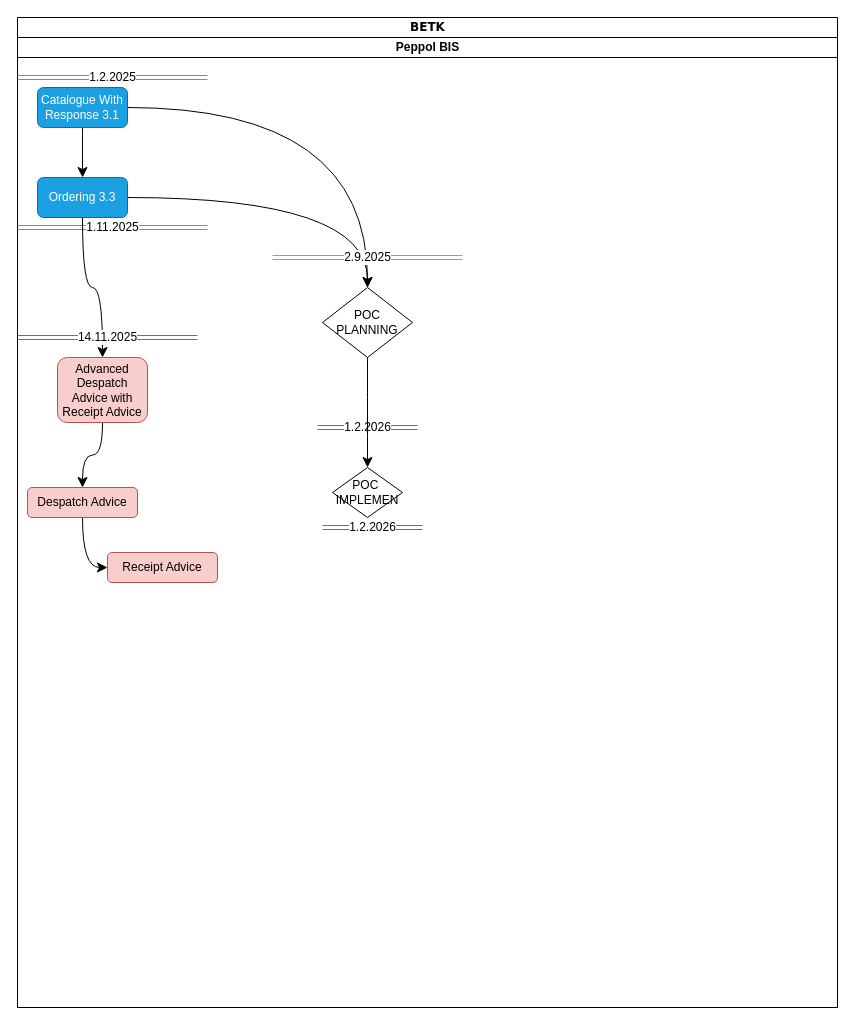
This is roadmap_1.drawio from TeemuAlaluusua/PEPPOL-RoadMap, a draw.io file, before an edit. Source tidied: cells renumbered, new cells numbered last; positions are measured from the earlier drawing's top-left corner, leaving out a move shared by most shapes. Both pictures are drawn from the tidied source at 100%, with x=0, y=0 at pixel (17, 17).
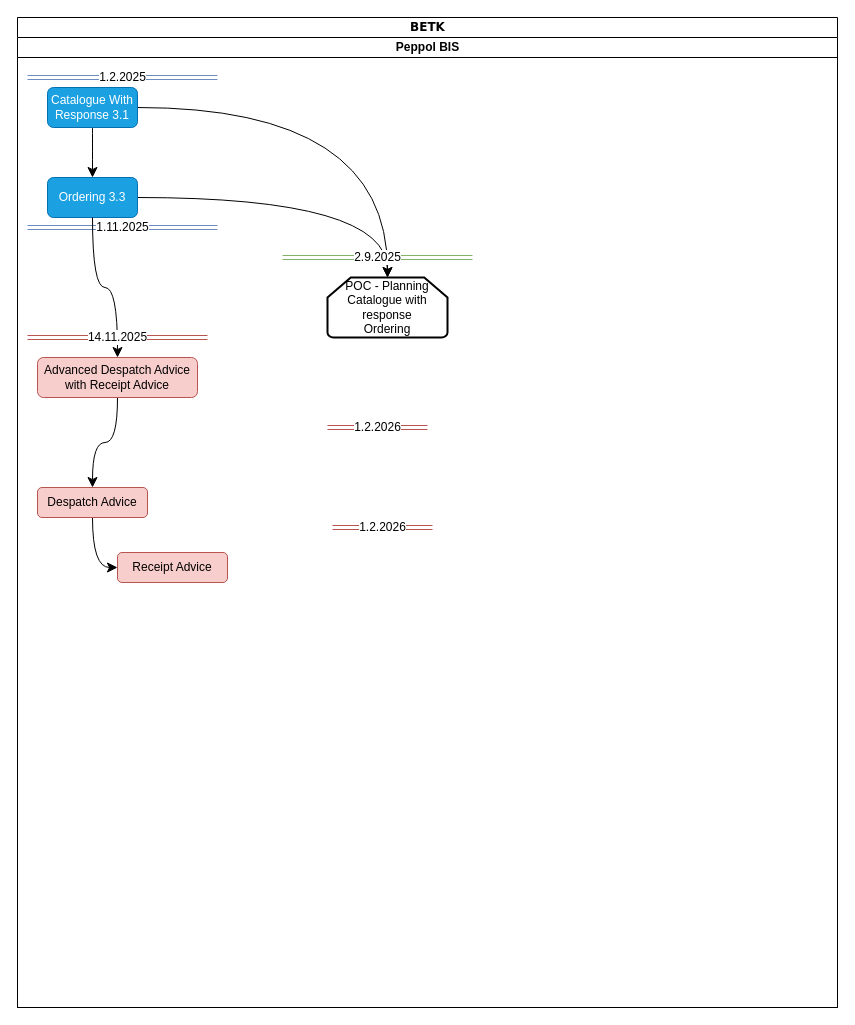
Above is the later version.

The change refers to these unchanged cells:
```xml
<mxCell id="3" value="Peppol BIS" style="swimlane;html=1;startSize=20;" parent="2" vertex="1">
  <mxGeometry y="20" width="820" height="970" as="geometry" />
</mxCell>
```

Diff of the diagram source:
```diff
@@
-    <mxCell id="5" style="edgeStyle=orthogonalEdgeStyle;curved=1;rounded=0;jettySize=auto;html=1;entryX=0.5;entryY=0;entryDx=0;entryDy=0;fontSize=12;startSize=8;endSize=8;" parent="3" edge="1" source="6" target="17">
+    <mxCell id="5" style="edgeStyle=orthogonalEdgeStyle;curved=1;rounded=0;jettySize=auto;html=1;entryX=0.5;entryY=0;entryDx=0;entryDy=0;fontSize=12;startSize=8;endSize=8;entryPerimeter=0;" parent="3" edge="1" source="6" target="24">
       <mxGeometry relative="1" as="geometry" />
     </mxCell>
     <mxCell id="6" value="Catalogue With&lt;div&gt;Response 3.1&lt;/div&gt;" style="rounded=1;whiteSpace=wrap;html=1;fillColor=#1ba1e2;strokeColor=#006EAF;fontColor=#ffffff;" parent="3" vertex="1">
-      <mxGeometry x="20" y="50" width="90" height="40" as="geometry" />
+      <mxGeometry x="30" y="50" width="90" height="40" as="geometry" />
     </mxCell>
     <mxCell id="7" value="1.11.2025" style="shape=link;html=1;rounded=0;fontSize=12;startSize=8;endSize=8;curved=1;fillColor=#dae8fc;strokeColor=#6c8ebf;" parent="3" edge="1">
       <mxGeometry relative="1" as="geometry">
-        <mxPoint y="190" as="sourcePoint" />
-        <mxPoint x="190" y="190" as="targetPoint" />
+        <mxPoint x="10" y="190" as="sourcePoint" />
+        <mxPoint x="200" y="190" as="targetPoint" />
       </mxGeometry>
     </mxCell>
-    <mxCell id="8" style="edgeStyle=orthogonalEdgeStyle;curved=1;rounded=0;jettySize=auto;html=1;entryX=0.5;entryY=0;entryDx=0;entryDy=0;fontSize=12;startSize=8;endSize=8;exitX=1;exitY=0.5;exitDx=0;exitDy=0;" parent="3" edge="1" source="9" target="17">
+    <mxCell id="8" style="edgeStyle=orthogonalEdgeStyle;curved=1;rounded=0;jettySize=auto;html=1;entryX=0.5;entryY=0;entryDx=0;entryDy=0;fontSize=12;startSize=8;endSize=8;exitX=1;exitY=0.5;exitDx=0;exitDy=0;entryPerimeter=0;" parent="3" edge="1" source="9" target="24">
       <mxGeometry relative="1" as="geometry" />
     </mxCell>
     <mxCell id="9" value="&lt;div&gt;Ordering 3.3&lt;/div&gt;" style="rounded=1;whiteSpace=wrap;html=1;fillColor=#1ba1e2;strokeColor=#006EAF;fontColor=#ffffff;" parent="3" vertex="1">
-      <mxGeometry x="20" y="140" width="90" height="40" as="geometry" />
+      <mxGeometry x="30" y="140" width="90" height="40" as="geometry" />
     </mxCell>
@@
     <mxCell id="11" value="Advanced Despatch Advice with Receipt Advice" style="rounded=1;whiteSpace=wrap;html=1;fillColor=#f8cecc;strokeColor=#b85450;" parent="3" vertex="1">
-      <mxGeometry x="40" y="320" width="90" height="65" as="geometry" />
+      <mxGeometry x="20" y="320" width="160" height="40" as="geometry" />
     </mxCell>
@@
     <mxCell id="13" value="2.9.2025" style="shape=link;html=1;rounded=0;fontSize=12;startSize=8;endSize=8;curved=1;fillColor=#d5e8d4;strokeColor=#82b366;" parent="3" edge="1">
       <mxGeometry relative="1" as="geometry">
-        <mxPoint x="255" y="220" as="sourcePoint" />
-        <mxPoint x="445" y="220" as="targetPoint" />
+        <mxPoint x="265" y="220" as="sourcePoint" />
+        <mxPoint x="455" y="220" as="targetPoint" />
       </mxGeometry>
     </mxCell>
     <mxCell id="14" value="1.2.2026" style="shape=link;html=1;rounded=0;fontSize=12;startSize=8;endSize=8;curved=1;fillColor=#f8cecc;strokeColor=#b85450;" parent="3" edge="1">
       <mxGeometry relative="1" as="geometry">
-        <mxPoint x="300" y="390" as="sourcePoint" />
-        <mxPoint x="400" y="390" as="targetPoint" />
+        <mxPoint x="310" y="390" as="sourcePoint" />
+        <mxPoint x="410" y="390" as="targetPoint" />
       </mxGeometry>
     </mxCell>
     <mxCell id="15" value="14.11.2025" style="shape=link;html=1;rounded=0;fontSize=12;startSize=8;endSize=8;curved=1;fillColor=#f8cecc;strokeColor=#b85450;" parent="3" edge="1">
       <mxGeometry relative="1" as="geometry">
-        <mxPoint y="300" as="sourcePoint" />
-        <mxPoint x="180" y="300" as="targetPoint" />
+        <mxPoint x="10" y="300" as="sourcePoint" />
+        <mxPoint x="190" y="300" as="targetPoint" />
       </mxGeometry>
     </mxCell>
-    <mxCell id="16" style="edgeStyle=none;curved=1;rounded=0;jettySize=auto;html=1;entryX=0.5;entryY=0;entryDx=0;entryDy=0;fontSize=12;startSize=8;endSize=8;" parent="3" edge="1" source="17" target="18">
-      <mxGeometry relative="1" as="geometry" />
-    </mxCell>
-    <mxCell id="17" value="POC&lt;div&gt;PLANNING&lt;/div&gt;" style="rhombus;whiteSpace=wrap;html=1;" parent="3" vertex="1">
-      <mxGeometry x="305" y="250" width="90" height="70" as="geometry" />
-    </mxCell>
-    <mxCell id="18" value="POC&amp;nbsp;&lt;div&gt;IMPLEMEN&lt;/div&gt;" style="rhombus;whiteSpace=wrap;html=1;" parent="3" vertex="1">
-      <mxGeometry x="315" y="430" width="70" height="50" as="geometry" />
-    </mxCell>
     <mxCell id="19" value="1.2.2026" style="shape=link;html=1;rounded=0;fontSize=12;startSize=8;endSize=8;curved=1;fillColor=#f8cecc;strokeColor=#b85450;" parent="3" edge="1">
       <mxGeometry relative="1" as="geometry">
-        <mxPoint x="305" y="490" as="sourcePoint" />
-        <mxPoint x="405" y="490" as="targetPoint" />
+        <mxPoint x="315" y="490" as="sourcePoint" />
+        <mxPoint x="415" y="490" as="targetPoint" />
       </mxGeometry>
     </mxCell>
     <mxCell id="20" value="1.2.2025" style="shape=link;html=1;rounded=0;fontSize=12;startSize=8;endSize=8;curved=1;fillColor=#dae8fc;strokeColor=#6c8ebf;" parent="3" edge="1">
       <mxGeometry relative="1" as="geometry">
-        <mxPoint y="40" as="sourcePoint" />
-        <mxPoint x="190" y="40" as="targetPoint" />
+        <mxPoint x="10" y="40" as="sourcePoint" />
+        <mxPoint x="200" y="40" as="targetPoint" />
       </mxGeometry>
     </mxCell>
@@
     <mxCell id="22" value="Despatch Advice" style="whiteSpace=wrap;html=1;fillColor=#f8cecc;strokeColor=#b85450;rounded=1;" parent="3" vertex="1">
-      <mxGeometry x="10" y="450" width="110" height="30" as="geometry" />
+      <mxGeometry x="20" y="450" width="110" height="30" as="geometry" />
     </mxCell>
     <mxCell id="23" value="Receipt Advice" style="whiteSpace=wrap;html=1;fillColor=#f8cecc;strokeColor=#b85450;rounded=1;" parent="3" vertex="1">
-      <mxGeometry x="90" y="515" width="110" height="30" as="geometry" />
+      <mxGeometry x="100" y="515" width="110" height="30" as="geometry" />
     </mxCell>
+    <mxCell id="24" value="POC - Planning&lt;div&gt;Catalogue with response&lt;/div&gt;&lt;div&gt;Ordering&lt;/div&gt;" style="strokeWidth=2;html=1;shape=mxgraph.flowchart.loop_limit;whiteSpace=wrap;" parent="3" vertex="1">
+      <mxGeometry x="310" y="240" width="120" height="60" as="geometry" />
+    </mxCell>
```
